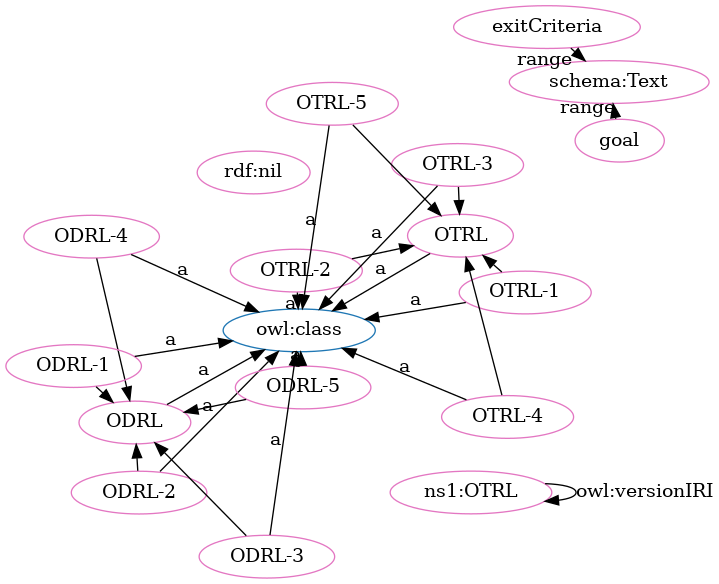
OPEN-NEXT/OKH-LOSH keeps this Graphviz diagram as OTRL-clean.png. Above is the earlier version. Its source is kept beside it as OTRL-clean.dot.
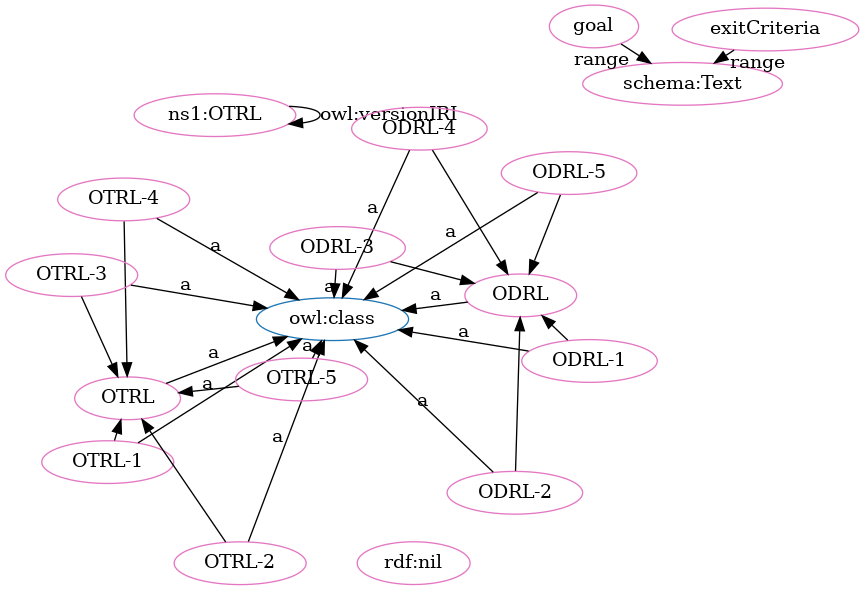
The same file after the commit.

The edit, as a diff of the source:
```diff
@@ -1,49 +1,49 @@
 digraph G {
   rankdir=BT
   node[height=.3]
-"http://www.w3.org/2002/07/owl#class" [fillcolor="#1f77b4" color="#1f77b4" label="owl:class"]
 "http://purl.org/oseg/ontologies/OTRL#OTRL" [fillcolor="#1f77b4" color="#1f77b4" label="OTRL"]
 "http://purl.org/oseg/ontologies/OTRL#ODRL" [fillcolor="#1f77b4" color="#1f77b4" label="ODRL"]
+"http://www.w3.org/2002/07/owl#class" [fillcolor="#1f77b4" color="#1f77b4" label="owl:class"]
+"http://purl.org/oseg/ontologies/OTRL#OTRL" [fillcolor="#e377c2" color="#e377c2" label="OTRL"]
 "http://purl.org/oseg/ontologies/OTRL#ODRL" [fillcolor="#e377c2" color="#e377c2" label="ODRL"]
-"http://purl.org/oseg/ontologies/OTRL#OTRL" [fillcolor="#e377c2" color="#e377c2" label="OTRL"]
+"http://purl.org/oseg/ontologies/OTRL" [fillcolor="#e377c2" color="#e377c2" label="ns1:OTRL"]
+"http://www.w3.org/1999/02/22-rdf-syntax-ns#nil" [fillcolor="#e377c2" color="#e377c2" label="rdf:nil"]
 "http://purl.org/oseg/ontologies/OTRL#ODRL-4" [fillcolor="#e377c2" color="#e377c2" label="ODRL-4"]
-"http://www.w3.org/1999/02/22-rdf-syntax-ns#nil" [fillcolor="#e377c2" color="#e377c2" label="rdf:nil"]
+"http://purl.org/oseg/ontologies/OTRL#ODRL-5" [fillcolor="#e377c2" color="#e377c2" label="ODRL-5"]
+"http://purl.org/oseg/ontologies/OTRL#OTRL-4" [fillcolor="#e377c2" color="#e377c2" label="OTRL-4"]
+"http://purl.org/oseg/ontologies/OTRL#goal" [fillcolor="#e377c2" color="#e377c2" label="goal"]
+"http://purl.org/oseg/ontologies/OTRL#OTRL-1" [fillcolor="#e377c2" color="#e377c2" label="OTRL-1"]
+"http://purl.org/oseg/ontologies/OTRL#exitCriteria" [fillcolor="#e377c2" color="#e377c2" label="exitCriteria"]
 "http://purl.org/oseg/ontologies/OTRL#OTRL-2" [fillcolor="#e377c2" color="#e377c2" label="OTRL-2"]
+"http://purl.org/oseg/ontologies/OTRL#ODRL-3" [fillcolor="#e377c2" color="#e377c2" label="ODRL-3"]
+"http://purl.org/oseg/ontologies/OTRL#ODRL-2" [fillcolor="#e377c2" color="#e377c2" label="ODRL-2"]
+"http://schema.org/Text" [fillcolor="#e377c2" color="#e377c2" label="schema:Text"]
+"http://purl.org/oseg/ontologies/OTRL#ODRL-1" [fillcolor="#e377c2" color="#e377c2" label="ODRL-1"]
 "http://purl.org/oseg/ontologies/OTRL#OTRL-3" [fillcolor="#e377c2" color="#e377c2" label="OTRL-3"]
-"http://purl.org/oseg/ontologies/OTRL#ODRL-2" [fillcolor="#e377c2" color="#e377c2" label="ODRL-2"]
-"http://purl.org/oseg/ontologies/OTRL#OTRL-1" [fillcolor="#e377c2" color="#e377c2" label="OTRL-1"]
-"http://purl.org/oseg/ontologies/OTRL" [fillcolor="#e377c2" color="#e377c2" label="ns1:OTRL"]
-"http://purl.org/oseg/ontologies/OTRL#ODRL-1" [fillcolor="#e377c2" color="#e377c2" label="ODRL-1"]
-"http://purl.org/oseg/ontologies/OTRL#ODRL-5" [fillcolor="#e377c2" color="#e377c2" label="ODRL-5"]
-"http://purl.org/oseg/ontologies/OTRL#exitCriteria" [fillcolor="#e377c2" color="#e377c2" label="exitCriteria"]
-"http://schema.org/Text" [fillcolor="#e377c2" color="#e377c2" label="schema:Text"]
-"http://purl.org/oseg/ontologies/OTRL#goal" [fillcolor="#e377c2" color="#e377c2" label="goal"]
-"http://purl.org/oseg/ontologies/OTRL#OTRL-4" [fillcolor="#e377c2" color="#e377c2" label="OTRL-4"]
 "http://purl.org/oseg/ontologies/OTRL#OTRL-5" [fillcolor="#e377c2" color="#e377c2" label="OTRL-5"]
-"http://purl.org/oseg/ontologies/OTRL#ODRL-3" [fillcolor="#e377c2" color="#e377c2" label="ODRL-3"]
+  "http://purl.org/oseg/ontologies/OTRL" -> "http://purl.org/oseg/ontologies/OTRL" [label="owl:versionIRI"]
   "http://purl.org/oseg/ontologies/OTRL#ODRL-5" -> "http://purl.org/oseg/ontologies/OTRL#ODRL" [label=""]
-  "http://purl.org/oseg/ontologies/OTRL#ODRL-4" -> "http://www.w3.org/2002/07/owl#class" [label="a"]
-  "http://purl.org/oseg/ontologies/OTRL#OTRL-3" -> "http://www.w3.org/2002/07/owl#class" [label="a"]
+  "http://purl.org/oseg/ontologies/OTRL#OTRL-4" -> "http://www.w3.org/2002/07/owl#class" [label="a"]
   "http://purl.org/oseg/ontologies/OTRL#ODRL-3" -> "http://purl.org/oseg/ontologies/OTRL#ODRL" [label=""]
-  "http://purl.org/oseg/ontologies/OTRL" -> "http://purl.org/oseg/ontologies/OTRL" [label="owl:versionIRI"]
-  "http://purl.org/oseg/ontologies/OTRL#ODRL-4" -> "http://purl.org/oseg/ontologies/OTRL#ODRL" [label=""]
+  "http://purl.org/oseg/ontologies/OTRL#OTRL-2" -> "http://www.w3.org/2002/07/owl#class" [label="a"]
+  "http://purl.org/oseg/ontologies/OTRL#OTRL-1" -> "http://purl.org/oseg/ontologies/OTRL#OTRL" [label=""]
+  "http://purl.org/oseg/ontologies/OTRL#ODRL-2" -> "http://www.w3.org/2002/07/owl#class" [label="a"]
+  "http://purl.org/oseg/ontologies/OTRL#ODRL-2" -> "http://purl.org/oseg/ontologies/OTRL#ODRL" [label=""]
   "http://purl.org/oseg/ontologies/OTRL#OTRL-2" -> "http://purl.org/oseg/ontologies/OTRL#OTRL" [label=""]
   "http://purl.org/oseg/ontologies/OTRL#goal" -> "http://schema.org/Text" [label="range"]
+  "http://purl.org/oseg/ontologies/OTRL#exitCriteria" -> "http://schema.org/Text" [label="range"]
   "http://purl.org/oseg/ontologies/OTRL#OTRL-5" -> "http://www.w3.org/2002/07/owl#class" [label="a"]
+  "http://purl.org/oseg/ontologies/OTRL#OTRL-4" -> "http://purl.org/oseg/ontologies/OTRL#OTRL" [label=""]
+  "http://purl.org/oseg/ontologies/OTRL#ODRL-4" -> "http://purl.org/oseg/ontologies/OTRL#ODRL" [label=""]
+  "http://purl.org/oseg/ontologies/OTRL#OTRL-3" -> "http://purl.org/oseg/ontologies/OTRL#OTRL" [label=""]
   "http://purl.org/oseg/ontologies/OTRL#OTRL-5" -> "http://purl.org/oseg/ontologies/OTRL#OTRL" [label=""]
+  "http://purl.org/oseg/ontologies/OTRL#ODRL-4" -> "http://www.w3.org/2002/07/owl#class" [label="a"]
+  "http://purl.org/oseg/ontologies/OTRL#OTRL" -> "http://www.w3.org/2002/07/owl#class" [label="a"]
+  "http://purl.org/oseg/ontologies/OTRL#ODRL-1" -> "http://purl.org/oseg/ontologies/OTRL#ODRL" [label=""]
+  "http://purl.org/oseg/ontologies/OTRL#ODRL-5" -> "http://www.w3.org/2002/07/owl#class" [label="a"]
+  "http://purl.org/oseg/ontologies/OTRL#OTRL-1" -> "http://www.w3.org/2002/07/owl#class" [label="a"]
+  "http://purl.org/oseg/ontologies/OTRL#ODRL-3" -> "http://www.w3.org/2002/07/owl#class" [label="a"]
   "http://purl.org/oseg/ontologies/OTRL#ODRL" -> "http://www.w3.org/2002/07/owl#class" [label="a"]
-  "http://purl.org/oseg/ontologies/OTRL#OTRL" -> "http://www.w3.org/2002/07/owl#class" [label="a"]
-  "http://purl.org/oseg/ontologies/OTRL#OTRL-2" -> "http://www.w3.org/2002/07/owl#class" [label="a"]
-  "http://purl.org/oseg/ontologies/OTRL#ODRL-2" -> "http://www.w3.org/2002/07/owl#class" [label="a"]
-  "http://purl.org/oseg/ontologies/OTRL#OTRL-1" -> "http://www.w3.org/2002/07/owl#class" [label="a"]
   "http://purl.org/oseg/ontologies/OTRL#ODRL-1" -> "http://www.w3.org/2002/07/owl#class" [label="a"]
-  "http://purl.org/oseg/ontologies/OTRL#ODRL-5" -> "http://www.w3.org/2002/07/owl#class" [label="a"]
-  "http://purl.org/oseg/ontologies/OTRL#ODRL-2" -> "http://purl.org/oseg/ontologies/OTRL#ODRL" [label=""]
-  "http://purl.org/oseg/ontologies/OTRL#OTRL-3" -> "http://purl.org/oseg/ontologies/OTRL#OTRL" [label=""]
-  "http://purl.org/oseg/ontologies/OTRL#exitCriteria" -> "http://schema.org/Text" [label="range"]
-  "http://purl.org/oseg/ontologies/OTRL#OTRL-1" -> "http://purl.org/oseg/ontologies/OTRL#OTRL" [label=""]
-  "http://purl.org/oseg/ontologies/OTRL#OTRL-4" -> "http://www.w3.org/2002/07/owl#class" [label="a"]
-  "http://purl.org/oseg/ontologies/OTRL#ODRL-1" -> "http://purl.org/oseg/ontologies/OTRL#ODRL" [label=""]
-  "http://purl.org/oseg/ontologies/OTRL#ODRL-3" -> "http://www.w3.org/2002/07/owl#class" [label="a"]
-  "http://purl.org/oseg/ontologies/OTRL#OTRL-4" -> "http://purl.org/oseg/ontologies/OTRL#OTRL" [label=""]
+  "http://purl.org/oseg/ontologies/OTRL#OTRL-3" -> "http://www.w3.org/2002/07/owl#class" [label="a"]
 }
```
